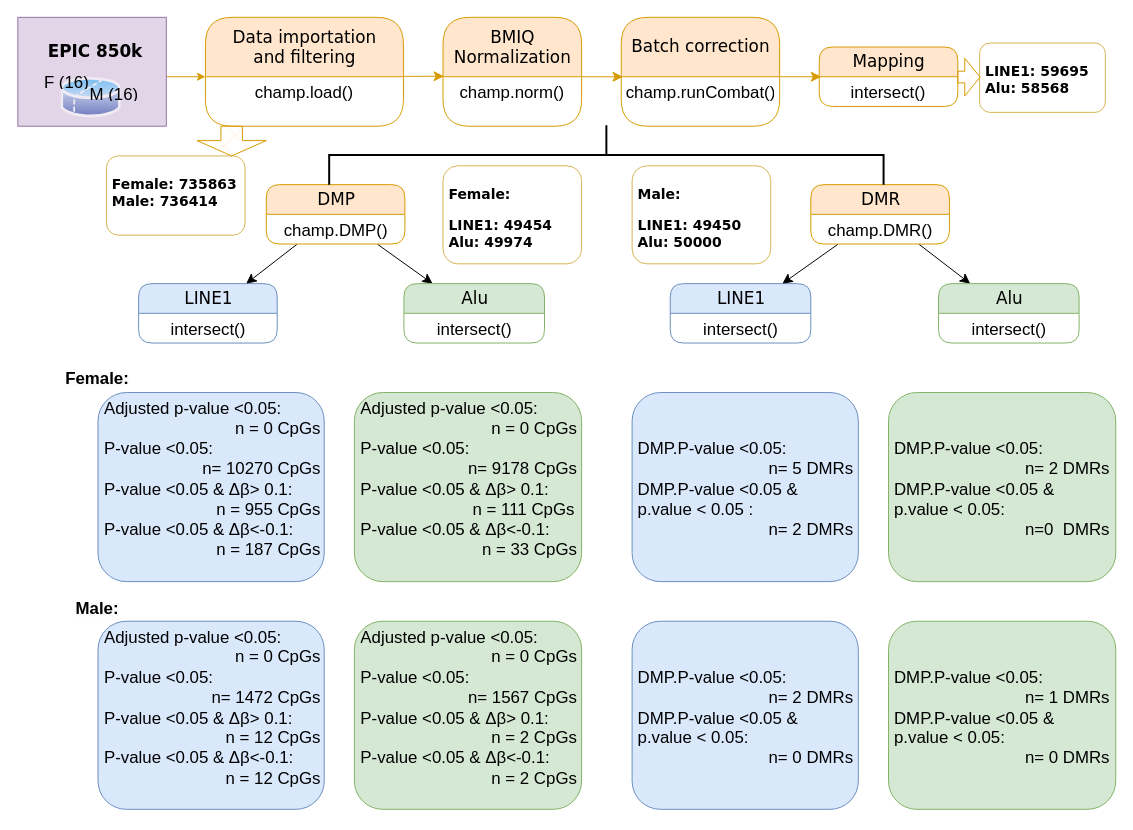
Before: LBP.drawio in mwLuan/image_storage, a draw.io diagram. Source tidied: cells renumbered, new cells numbered last; positions are measured from the earlier drawing's top-left corner, leaving out a move shared by most shapes. Both pictures are drawn from the tidied source at 99%, with x=0, y=0 at pixel (17, -123).
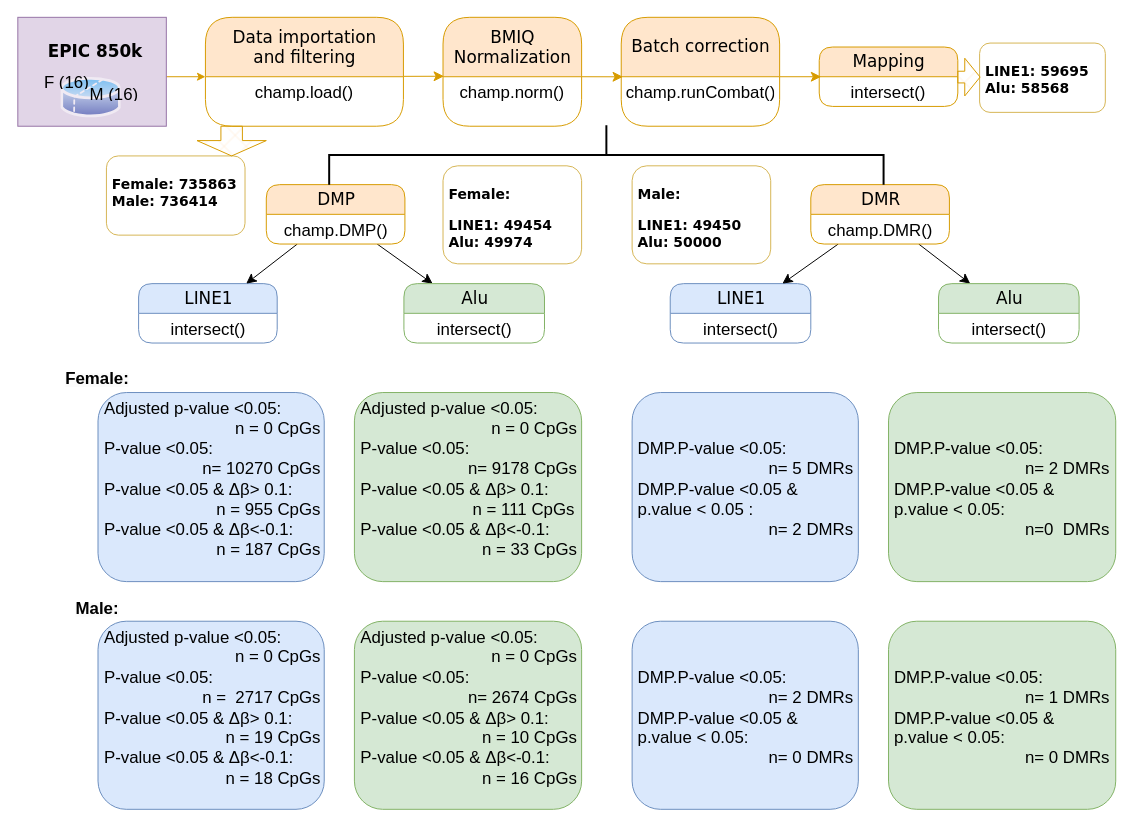
After the change.

What changed in the source:
```diff
@@
-    <mxCell id="38" value="&lt;font style=&quot;font-size: 17px;&quot;&gt;Adjusted p-value &amp;lt;0.05: &lt;br&gt;&amp;nbsp; &amp;nbsp; &amp;nbsp; &amp;nbsp; &amp;nbsp; &amp;nbsp; &amp;nbsp; &amp;nbsp; &amp;nbsp; &amp;nbsp; &amp;nbsp; &amp;nbsp; &amp;nbsp; &amp;nbsp; n = 0 CpGs &lt;br&gt;P-value &amp;lt;0.05: &lt;br&gt;&amp;nbsp; &amp;nbsp; &amp;nbsp; &amp;nbsp; &amp;nbsp; &amp;nbsp; &amp;nbsp; &amp;nbsp; &amp;nbsp; &amp;nbsp; &amp;nbsp; &amp;nbsp;n= 1472 CpGs&lt;br&gt;P-value &amp;lt;0.05 &amp;amp; Δβ&amp;gt; 0.1:&lt;br&gt;&amp;nbsp; &amp;nbsp; &amp;nbsp; &amp;nbsp; &amp;nbsp; &amp;nbsp; &amp;nbsp; &amp;nbsp; &amp;nbsp; &amp;nbsp; &amp;nbsp; &amp;nbsp; &amp;nbsp; n = 12 CpGs&lt;br&gt;P-value &amp;lt;0.05 &amp;amp; Δβ&amp;lt;-0.1: &lt;br&gt;&amp;nbsp; &amp;nbsp; &amp;nbsp; &amp;nbsp; &amp;nbsp; &amp;nbsp; &amp;nbsp; &amp;nbsp; &amp;nbsp; &amp;nbsp; &amp;nbsp; &amp;nbsp; &amp;nbsp; n = 12 CpGs&lt;/font&gt;" style="text;html=1;spacingLeft=4;spacingRight=4;whiteSpace=wrap;overflow=hidden;align=left;rounded=1;fillColor=#dae8fc;strokeColor=#6c8ebf;" parent="1" vertex="1">
+    <mxCell id="38" value="&lt;font style=&quot;font-size: 17px;&quot;&gt;Adjusted p-value &amp;lt;0.05: &lt;br&gt;&amp;nbsp; &amp;nbsp; &amp;nbsp; &amp;nbsp; &amp;nbsp; &amp;nbsp; &amp;nbsp; &amp;nbsp; &amp;nbsp; &amp;nbsp; &amp;nbsp; &amp;nbsp; &amp;nbsp; &amp;nbsp; n = 0 CpGs &lt;br&gt;P-value &amp;lt;0.05: &lt;br&gt;&amp;nbsp; &amp;nbsp; &amp;nbsp; &amp;nbsp; &amp;nbsp; &amp;nbsp; &amp;nbsp; &amp;nbsp; &amp;nbsp; &amp;nbsp; &amp;nbsp;n =&amp;nbsp; 2717 CpGs&lt;br&gt;P-value &amp;lt;0.05 &amp;amp; Δβ&amp;gt; 0.1:&lt;br&gt;&amp;nbsp; &amp;nbsp; &amp;nbsp; &amp;nbsp; &amp;nbsp; &amp;nbsp; &amp;nbsp; &amp;nbsp; &amp;nbsp; &amp;nbsp; &amp;nbsp; &amp;nbsp; &amp;nbsp; n = 19 CpGs&lt;br&gt;P-value &amp;lt;0.05 &amp;amp; Δβ&amp;lt;-0.1: &lt;br&gt;&amp;nbsp; &amp;nbsp; &amp;nbsp; &amp;nbsp; &amp;nbsp; &amp;nbsp; &amp;nbsp; &amp;nbsp; &amp;nbsp; &amp;nbsp; &amp;nbsp; &amp;nbsp; &amp;nbsp; n = 18 CpGs&lt;/font&gt;" style="text;html=1;spacingLeft=4;spacingRight=4;whiteSpace=wrap;overflow=hidden;align=left;rounded=1;fillColor=#dae8fc;strokeColor=#6c8ebf;" parent="1" vertex="1">
       <mxGeometry x="81.5" y="751" width="228.5" height="190" as="geometry" />
     </mxCell>
-    <mxCell id="39" value="&lt;font style=&quot;font-size: 17px;&quot;&gt;Adjusted p-value &amp;lt;0.05: &lt;br&gt;&amp;nbsp; &amp;nbsp; &amp;nbsp; &amp;nbsp; &amp;nbsp; &amp;nbsp; &amp;nbsp; &amp;nbsp; &amp;nbsp; &amp;nbsp; &amp;nbsp; &amp;nbsp; &amp;nbsp; &amp;nbsp; n = 0 CpGs &lt;br&gt;P-value &amp;lt;0.05: &lt;br&gt;&amp;nbsp; &amp;nbsp; &amp;nbsp; &amp;nbsp; &amp;nbsp; &amp;nbsp; &amp;nbsp; &amp;nbsp; &amp;nbsp; &amp;nbsp; &amp;nbsp; &amp;nbsp;n= 1567 CpGs&lt;br&gt;P-value &amp;lt;0.05 &amp;amp; Δβ&amp;gt; 0.1:&lt;br&gt;&amp;nbsp; &amp;nbsp; &amp;nbsp; &amp;nbsp; &amp;nbsp; &amp;nbsp; &amp;nbsp; &amp;nbsp; &amp;nbsp; &amp;nbsp; &amp;nbsp; &amp;nbsp; &amp;nbsp; &amp;nbsp; n = 2 CpGs&lt;br&gt;P-value &amp;lt;0.05 &amp;amp; Δβ&amp;lt;-0.1: &lt;br&gt;&amp;nbsp; &amp;nbsp; &amp;nbsp; &amp;nbsp; &amp;nbsp; &amp;nbsp; &amp;nbsp; &amp;nbsp; &amp;nbsp; &amp;nbsp; &amp;nbsp; &amp;nbsp; &amp;nbsp; &amp;nbsp; n = 2 CpGs&lt;/font&gt;" style="text;html=1;spacingLeft=4;spacingRight=4;whiteSpace=wrap;overflow=hidden;align=left;rounded=1;fillColor=#d5e8d4;strokeColor=#82b366;" parent="1" vertex="1">
+    <mxCell id="39" value="&lt;font style=&quot;font-size: 17px;&quot;&gt;Adjusted p-value &amp;lt;0.05: &lt;br&gt;&amp;nbsp; &amp;nbsp; &amp;nbsp; &amp;nbsp; &amp;nbsp; &amp;nbsp; &amp;nbsp; &amp;nbsp; &amp;nbsp; &amp;nbsp; &amp;nbsp; &amp;nbsp; &amp;nbsp; &amp;nbsp; n = 0 CpGs &lt;br&gt;P-value &amp;lt;0.05: &lt;br&gt;&amp;nbsp; &amp;nbsp; &amp;nbsp; &amp;nbsp; &amp;nbsp; &amp;nbsp; &amp;nbsp; &amp;nbsp; &amp;nbsp; &amp;nbsp; &amp;nbsp; &amp;nbsp;n= 2674 CpGs&lt;br&gt;P-value &amp;lt;0.05 &amp;amp; Δβ&amp;gt; 0.1:&lt;br&gt;&amp;nbsp; &amp;nbsp; &amp;nbsp; &amp;nbsp; &amp;nbsp; &amp;nbsp; &amp;nbsp; &amp;nbsp; &amp;nbsp; &amp;nbsp; &amp;nbsp; &amp;nbsp; &amp;nbsp; n = 10 CpGs&lt;br&gt;P-value &amp;lt;0.05 &amp;amp; Δβ&amp;lt;-0.1: &lt;br&gt;&amp;nbsp; &amp;nbsp; &amp;nbsp; &amp;nbsp; &amp;nbsp; &amp;nbsp; &amp;nbsp; &amp;nbsp; &amp;nbsp; &amp;nbsp; &amp;nbsp; &amp;nbsp; &amp;nbsp; n = 16 CpGs&lt;/font&gt;" style="text;html=1;spacingLeft=4;spacingRight=4;whiteSpace=wrap;overflow=hidden;align=left;rounded=1;fillColor=#d5e8d4;strokeColor=#82b366;" parent="1" vertex="1">
       <mxGeometry x="340.5" y="751" width="229.5" height="190" as="geometry" />
     </mxCell>
```
